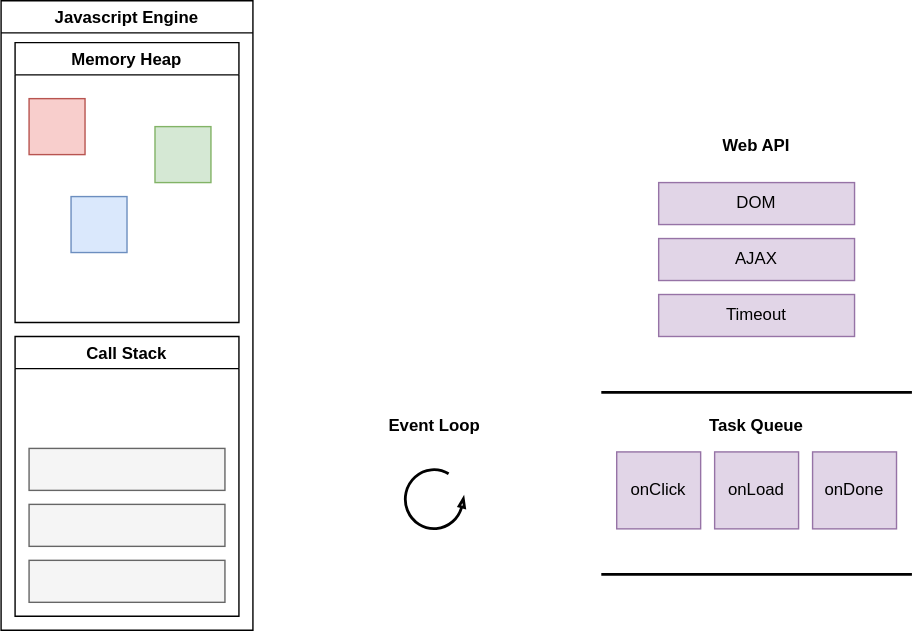
Above: 08/yongki/assets/js-runtime.drawio.svg in cs-study-org/cs-study (draw.io), before the change. Source tidied: cells renumbered, new cells last; positions are measured from the earlier drawing's top-left corner, leaving out a move shared by most shapes.
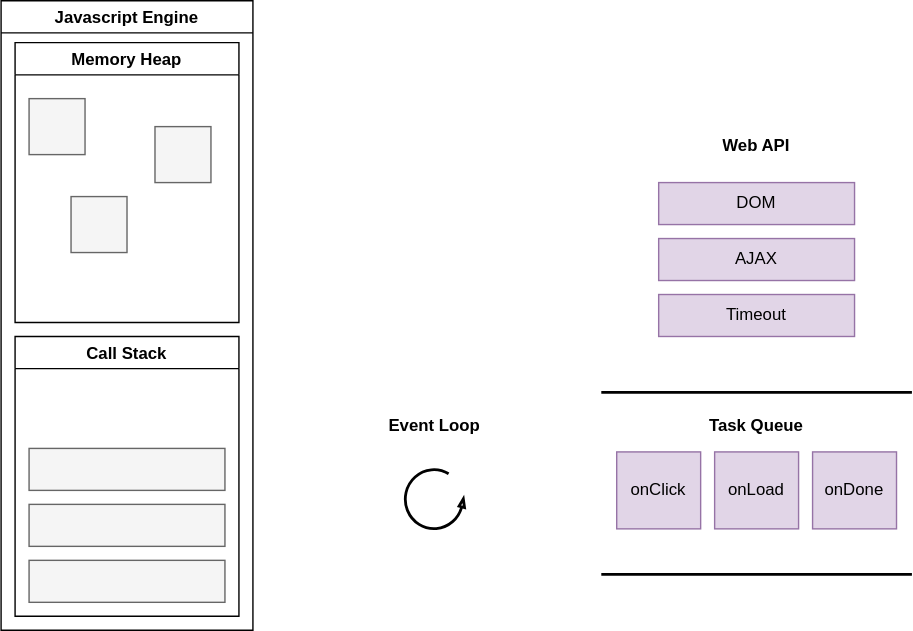
Above is the later version.

Change to the diagram source:
```diff
@@ -11,13 +11,13 @@
     <mxCell id="4" value="Memory Heap" style="swimlane;" parent="3" vertex="1">
       <mxGeometry x="10" y="30" width="160" height="200" as="geometry" />
     </mxCell>
-    <mxCell id="5" style="whiteSpace=wrap;html=1;fillColor=#f8cecc;strokeColor=#b85450;" parent="4" vertex="1">
+    <mxCell id="5" style="whiteSpace=wrap;html=1;fillColor=#f5f5f5;strokeColor=#666666;fontColor=#333333;" parent="4" vertex="1">
       <mxGeometry x="10" y="40" width="40" height="40" as="geometry" />
     </mxCell>
-    <mxCell id="6" style="whiteSpace=wrap;html=1;fillColor=#d5e8d4;strokeColor=#82b366;" parent="4" vertex="1">
+    <mxCell id="6" style="whiteSpace=wrap;html=1;fillColor=#f5f5f5;strokeColor=#666666;fontColor=#333333;" parent="4" vertex="1">
       <mxGeometry x="100" y="60" width="40" height="40" as="geometry" />
     </mxCell>
-    <mxCell id="7" style="whiteSpace=wrap;html=1;fillColor=#dae8fc;strokeColor=#6c8ebf;" parent="4" vertex="1">
+    <mxCell id="7" style="whiteSpace=wrap;html=1;fillColor=#f5f5f5;strokeColor=#666666;fontColor=#333333;" parent="4" vertex="1">
       <mxGeometry x="40" y="110" width="40" height="40" as="geometry" />
     </mxCell>
     <mxCell id="8" value="Call Stack" style="swimlane;" parent="3" vertex="1">
```
